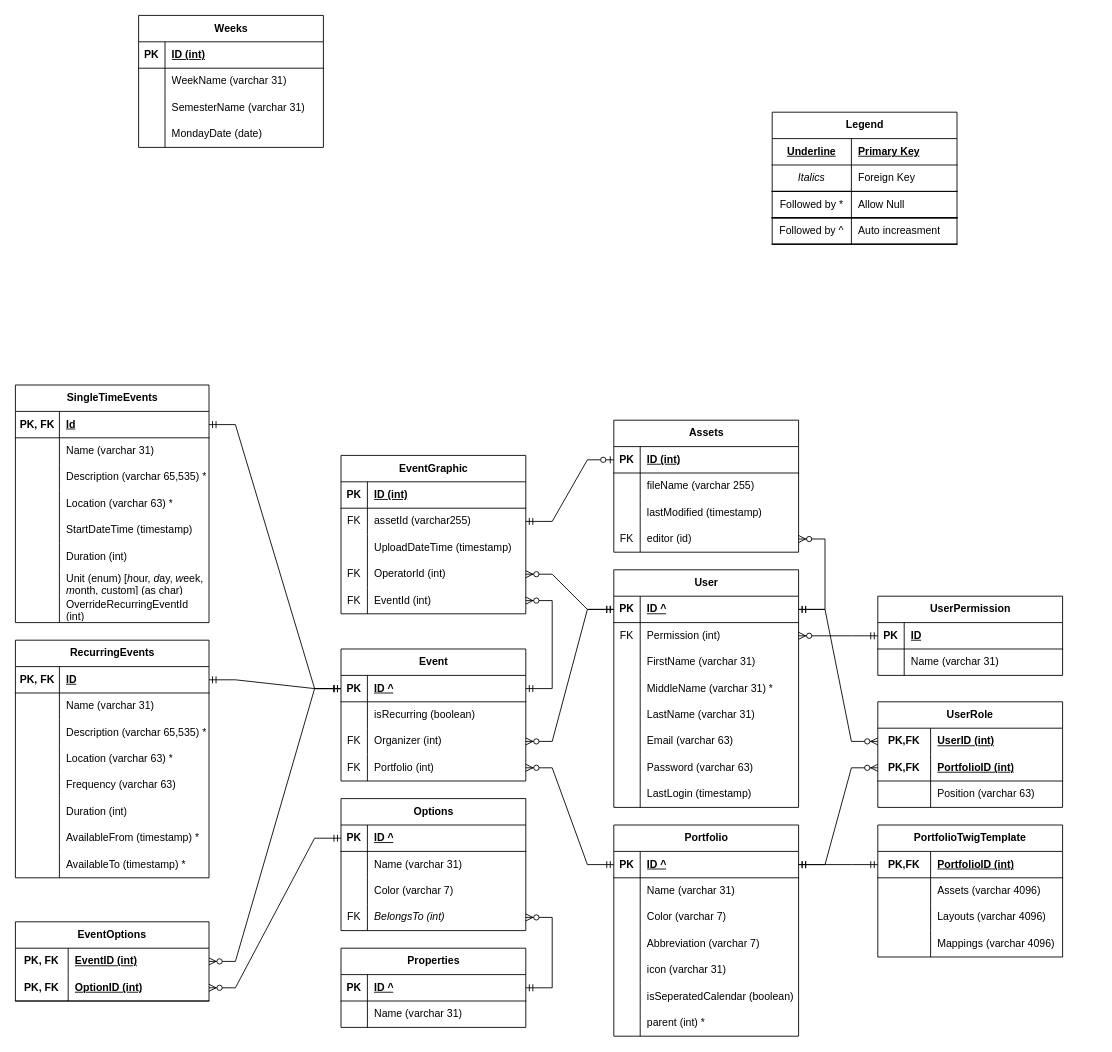
Above: design/eTWIG.ER.drawio in stewebb/eTWIG (draw.io), before the change. Source tidied: cells renumbered, new cells numbered last; positions are measured from the earlier drawing's top-left corner, leaving out a move shared by most shapes. Both pictures are drawn from the tidied source at 88%, with x=0, y=0 at pixel (15, 15).
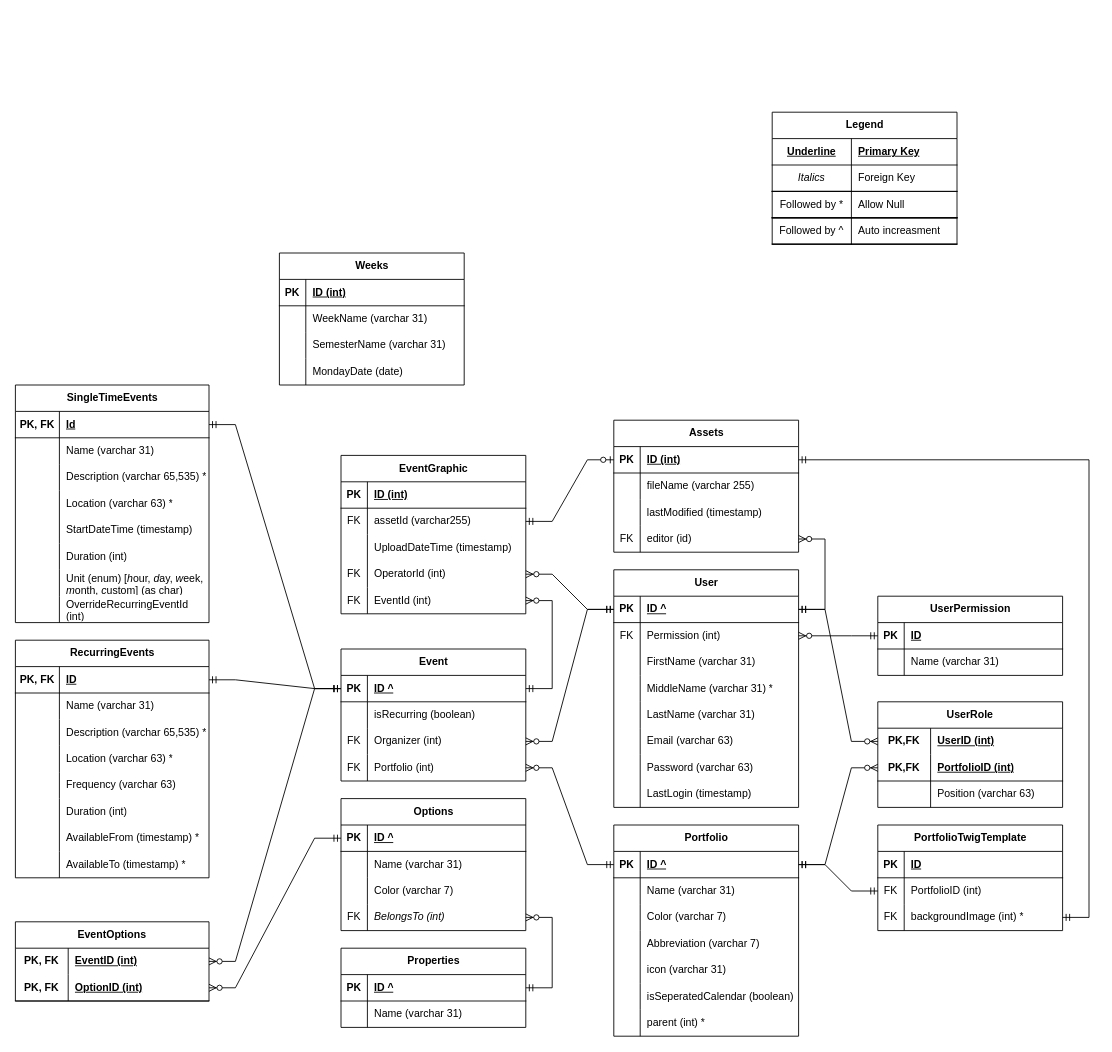
After the change.

Commit message (it also covers changes not shown here):
Twig Template - Backend

The change refers to these unchanged cells:
```xml
<mxCell id="16" style="shape=tableRow;horizontal=0;startSize=0;swimlaneHead=0;swimlaneBody=0;fillColor=none;points=[[0,0.5],[1,0.5]];portConstraint=eastwest;top=0;left=0;right=0;bottom=1;" parent="15" vertex="1">
  <mxGeometry y="30" width="210" height="30" as="geometry" />
</mxCell>
<mxCell id="224" style="shape=tableRow;horizontal=0;startSize=0;swimlaneHead=0;swimlaneBody=0;fillColor=none;points=[[0,0.5],[1,0.5]];portConstraint=eastwest;top=0;left=0;right=0;bottom=1;" parent="223" vertex="1">
  <mxGeometry y="30" width="210" height="30" as="geometry" />
</mxCell>
```

What changed in the source:
```diff
@@
     <mxCell id="2" value="Weeks" style="shape=table;startSize=30;childLayout=tableLayout;rowLines=0;fontStyle=1;align=center;html=1;" parent="1" vertex="1">
-      <mxGeometry x="140" width="210" height="150" as="geometry" />
+      <mxGeometry x="300" y="270" width="210" height="150" as="geometry" />
     </mxCell>
@@
-    <mxCell id="210" value="PortfolioTwigTemplate" style="shape=table;startSize=30;childLayout=tableLayout;rowLines=0;fontStyle=1;align=center;html=1;whiteSpace=wrap;" parent="1" vertex="1">
-      <mxGeometry x="980" y="920" width="210" height="150" as="geometry" />
-    </mxCell>
-    <mxCell id="211" style="shape=tableRow;horizontal=0;startSize=0;swimlaneHead=0;swimlaneBody=0;fillColor=none;points=[[0,0.5],[1,0.5]];portConstraint=eastwest;top=0;left=0;right=0;bottom=1;html=1;" parent="210" vertex="1">
-      <mxGeometry y="30" width="210" height="30" as="geometry" />
-    </mxCell>
-    <mxCell id="212" value="PK,FK" style="shape=partialRectangle;fillColor=none;top=0;left=0;bottom=0;right=0;fontStyle=1;overflow=hidden;html=1;whiteSpace=wrap;" parent="211" vertex="1">
-      <mxGeometry width="60" height="30" as="geometry" />
-    </mxCell>
-    <mxCell id="213" value="PortfolioID (int)" style="shape=partialRectangle;fillColor=none;top=0;left=0;bottom=0;right=0;align=left;spacingLeft=6;fontStyle=5;overflow=hidden;html=1;whiteSpace=wrap;" parent="211" vertex="1">
-      <mxGeometry x="60" width="150" height="30" as="geometry" />
-    </mxCell>
-    <mxCell id="214" style="shape=tableRow;horizontal=0;startSize=0;swimlaneHead=0;swimlaneBody=0;fillColor=none;top=0;left=0;right=0;bottom=0;html=1;" parent="210" vertex="1">
-      <mxGeometry y="60" width="210" height="30" as="geometry" />
-    </mxCell>
-    <mxCell id="215" style="shape=partialRectangle;fillColor=none;top=0;left=0;bottom=0;right=0;overflow=hidden;html=1;whiteSpace=wrap;" parent="214" vertex="1">
-      <mxGeometry width="60" height="30" as="geometry" />
-    </mxCell>
-    <mxCell id="216" value="Assets (varchar 4096)" style="shape=partialRectangle;fillColor=none;top=0;left=0;bottom=0;right=0;align=left;spacingLeft=6;overflow=hidden;html=1;whiteSpace=wrap;" parent="214" vertex="1">
-      <mxGeometry x="60" width="150" height="30" as="geometry" />
-    </mxCell>
-    <mxCell id="217" style="shape=tableRow;horizontal=0;startSize=0;swimlaneHead=0;swimlaneBody=0;fillColor=none;top=0;left=0;right=0;bottom=0;html=1;" parent="210" vertex="1">
-      <mxGeometry y="90" width="210" height="30" as="geometry" />
-    </mxCell>
-    <mxCell id="218" style="shape=partialRectangle;fillColor=none;top=0;left=0;bottom=0;right=0;overflow=hidden;html=1;whiteSpace=wrap;" parent="217" vertex="1">
-      <mxGeometry width="60" height="30" as="geometry" />
-    </mxCell>
-    <mxCell id="219" value="Layouts (varchar 4096)" style="shape=partialRectangle;fillColor=none;top=0;left=0;bottom=0;right=0;align=left;spacingLeft=6;overflow=hidden;html=1;whiteSpace=wrap;" parent="217" vertex="1">
-      <mxGeometry x="60" width="150" height="30" as="geometry" />
-    </mxCell>
-    <mxCell id="220" style="shape=tableRow;horizontal=0;startSize=0;swimlaneHead=0;swimlaneBody=0;fillColor=none;top=0;left=0;right=0;bottom=0;html=1;" parent="210" vertex="1">
-      <mxGeometry y="120" width="210" height="30" as="geometry" />
-    </mxCell>
-    <mxCell id="221" style="shape=partialRectangle;fillColor=none;top=0;left=0;bottom=0;right=0;overflow=hidden;html=1;whiteSpace=wrap;" parent="220" vertex="1">
-      <mxGeometry width="60" height="30" as="geometry" />
-    </mxCell>
-    <mxCell id="222" value="Mappings (varchar 4096)" style="shape=partialRectangle;fillColor=none;top=0;left=0;bottom=0;right=0;align=left;spacingLeft=6;overflow=hidden;html=1;whiteSpace=wrap;" parent="220" vertex="1">
-      <mxGeometry x="60" width="150" height="30" as="geometry" />
-    </mxCell>
@@
-    <mxCell id="238" style="edgeStyle=entityRelationEdgeStyle;fontSize=12;html=1;endArrow=ERmandOne;startArrow=ERmandOne;rounded=0;exitX=1;exitY=0.5;exitDx=0;exitDy=0;entryX=0;entryY=0.5;entryDx=0;entryDy=0;" parent="1" edge="1" source="16" target="211">
+    <mxCell id="238" style="edgeStyle=entityRelationEdgeStyle;fontSize=12;html=1;endArrow=ERmandOne;startArrow=ERmandOne;rounded=0;exitX=1;exitY=0.5;exitDx=0;exitDy=0;entryX=0;entryY=0.5;entryDx=0;entryDy=0;" parent="1" edge="1" source="16" target="243">
       <mxGeometry relative="1" as="geometry" />
     </mxCell>
+    <mxCell id="239" style="edgeStyle=elbowEdgeStyle;fontSize=12;html=1;endArrow=ERmandOne;startArrow=ERmandOne;rounded=0;exitX=1;exitY=0.5;exitDx=0;exitDy=0;" parent="1" edge="1" source="224" target="245">
+      <mxGeometry relative="1" as="geometry">
+        <Array as="points">
+          <mxPoint x="1220" y="760" />
+        </Array>
+      </mxGeometry>
+    </mxCell>
+    <mxCell id="210" value="PortfolioTwigTemplate" style="shape=table;startSize=30;childLayout=tableLayout;rowLines=0;fontStyle=1;align=center;html=1;" parent="1" vertex="1">
+      <mxGeometry x="980" y="920" width="210" height="120" as="geometry" />
+    </mxCell>
+    <mxCell id="240" style="shape=tableRow;horizontal=0;startSize=0;swimlaneHead=0;swimlaneBody=0;fillColor=none;top=0;left=0;right=0;bottom=1;" parent="210" vertex="1">
+      <mxGeometry y="30" width="210" height="30" as="geometry" />
+    </mxCell>
+    <mxCell id="241" value="PK" style="shape=partialRectangle;fillColor=none;top=0;left=0;bottom=0;right=0;fontStyle=1;overflow=hidden;whiteSpace=wrap;html=1;" parent="240" vertex="1">
+      <mxGeometry width="30" height="30" as="geometry" />
+    </mxCell>
+    <mxCell id="242" value="ID" style="shape=partialRectangle;fillColor=none;top=0;left=0;bottom=0;right=0;align=left;spacingLeft=6;fontStyle=5;overflow=hidden;whiteSpace=wrap;html=1;" parent="240" vertex="1">
+      <mxGeometry x="30" width="180" height="30" as="geometry" />
+    </mxCell>
+    <mxCell id="243" style="shape=tableRow;horizontal=0;startSize=0;swimlaneHead=0;swimlaneBody=0;fillColor=none;points=[[0,0.5],[1,0.5]];portConstraint=eastwest;top=0;left=0;right=0;bottom=0;" parent="210" vertex="1">
+      <mxGeometry y="60" width="210" height="30" as="geometry" />
+    </mxCell>
+    <mxCell id="244" value="FK" style="shape=partialRectangle;fillColor=none;top=0;left=0;bottom=0;right=0;overflow=hidden;whiteSpace=wrap;html=1;" parent="243" vertex="1">
+      <mxGeometry width="30" height="30" as="geometry" />
+    </mxCell>
+    <mxCell id="213" value="PortfolioID (int)" style="shape=partialRectangle;fillColor=none;top=0;left=0;bottom=0;right=0;align=left;spacingLeft=6;overflow=hidden;whiteSpace=wrap;html=1;" parent="243" vertex="1">
+      <mxGeometry x="30" width="180" height="30" as="geometry" />
+    </mxCell>
+    <mxCell id="245" style="shape=tableRow;horizontal=0;startSize=0;swimlaneHead=0;swimlaneBody=0;fillColor=none;points=[[0,0.5],[1,0.5]];portConstraint=eastwest;top=0;left=0;right=0;bottom=0;" parent="210" vertex="1">
+      <mxGeometry y="90" width="210" height="30" as="geometry" />
+    </mxCell>
+    <mxCell id="246" value="FK" style="shape=partialRectangle;fillColor=none;top=0;left=0;bottom=0;right=0;overflow=hidden;whiteSpace=wrap;html=1;" parent="245" vertex="1">
+      <mxGeometry width="30" height="30" as="geometry" />
+    </mxCell>
+    <mxCell id="247" value="backgroundImage (int) *" style="shape=partialRectangle;fillColor=none;top=0;left=0;bottom=0;right=0;align=left;spacingLeft=6;overflow=hidden;whiteSpace=wrap;html=1;" parent="245" vertex="1">
+      <mxGeometry x="30" width="180" height="30" as="geometry" />
+    </mxCell>
```
